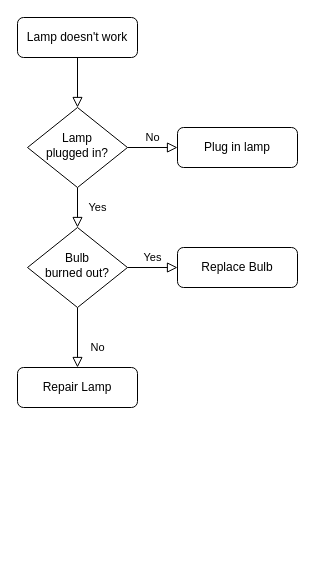
Earlier version of the draw.io diagram Untitled Diagram.drawio (Isas2g/StudyProject). Source tidied: cells renumbered, new cells numbered last; positions are measured from the earlier drawing's top-left corner, leaving out a move shared by most shapes. Both pictures are drawn from the tidied source at 100%, with x=0, y=0 at pixel (17, 17).
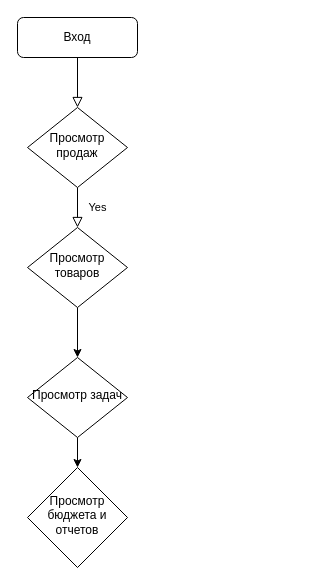
The same diagram, later.

What changed in the source:
```diff
@@
 <mxGraphModel>
   <root>
     <mxCell id="0" />
     <mxCell id="1" parent="0" />
     <mxCell id="2" style="rounded=0;html=1;jettySize=auto;fontSize=11;endArrow=block;endFill=0;endSize=8;strokeWidth=1;shadow=0;labelBackgroundColor=none;edgeStyle=orthogonalEdgeStyle;" parent="1" edge="1" source="3" target="6">
       <mxGeometry relative="1" as="geometry" />
     </mxCell>
-    <mxCell id="3" value="Lamp doesn't work" style="rounded=1;whiteSpace=wrap;html=1;fontSize=12;glass=0;strokeWidth=1;shadow=0;" parent="1" vertex="1">
+    <mxCell id="3" value="Вход" style="rounded=1;whiteSpace=wrap;html=1;fontSize=12;glass=0;strokeWidth=1;shadow=0;" parent="1" vertex="1">
       <mxGeometry width="120" height="40" as="geometry" />
     </mxCell>
     <mxCell id="4" value="Yes" style="rounded=0;html=1;jettySize=auto;fontSize=11;endArrow=block;endFill=0;endSize=8;strokeWidth=1;shadow=0;labelBackgroundColor=none;edgeStyle=orthogonalEdgeStyle;" parent="1" edge="1" source="6" target="10">
       <mxGeometry y="20" relative="1" as="geometry" />
     </mxCell>
-    <mxCell id="5" value="No" style="edgeStyle=orthogonalEdgeStyle;rounded=0;html=1;jettySize=auto;fontSize=11;endArrow=block;endFill=0;endSize=8;strokeWidth=1;shadow=0;labelBackgroundColor=none;" parent="1" edge="1" source="6" target="7">
-      <mxGeometry y="10" relative="1" as="geometry" />
-    </mxCell>
-    <mxCell id="6" value="Lamp&lt;br&gt;plugged in?" style="rhombus;whiteSpace=wrap;html=1;shadow=0;fontFamily=Helvetica;fontSize=12;align=center;strokeWidth=1;spacing=6;spacingTop=-4;" parent="1" vertex="1">
+    <mxCell id="6" value="Просмотр продаж" style="rhombus;whiteSpace=wrap;html=1;shadow=0;fontFamily=Helvetica;fontSize=12;align=center;strokeWidth=1;spacing=6;spacingTop=-4;" parent="1" vertex="1">
       <mxGeometry x="10" y="90" width="100" height="80" as="geometry" />
     </mxCell>
-    <mxCell id="7" value="Plug in lamp" style="rounded=1;whiteSpace=wrap;html=1;fontSize=12;glass=0;strokeWidth=1;shadow=0;" parent="1" vertex="1">
-      <mxGeometry x="160" y="110" width="120" height="40" as="geometry" />
-    </mxCell>
-    <mxCell id="8" value="No" style="rounded=0;html=1;jettySize=auto;fontSize=11;endArrow=block;endFill=0;endSize=8;strokeWidth=1;shadow=0;labelBackgroundColor=none;edgeStyle=orthogonalEdgeStyle;" parent="1" edge="1" source="10" target="11">
-      <mxGeometry x="0.33" y="20" relative="1" as="geometry" />
-    </mxCell>
-    <mxCell id="9" value="Yes" style="edgeStyle=orthogonalEdgeStyle;rounded=0;html=1;jettySize=auto;fontSize=11;endArrow=block;endFill=0;endSize=8;strokeWidth=1;shadow=0;labelBackgroundColor=none;" parent="1" edge="1" source="10" target="12">
-      <mxGeometry y="10" relative="1" as="geometry" />
-    </mxCell>
+    <mxCell id="13" style="edgeStyle=orthogonalEdgeStyle;rounded=0;jettySize=auto;html=1;exitX=0.5;exitY=1;exitDx=0;exitDy=0;entryX=0.5;entryY=0;entryDx=0;entryDy=0;" parent="1" edge="1" source="10" target="15">
+      <mxGeometry relative="1" as="geometry" />
+    </mxCell>
-    <mxCell id="10" value="Bulb&lt;br&gt;burned out?" style="rhombus;whiteSpace=wrap;html=1;shadow=0;fontFamily=Helvetica;fontSize=12;align=center;strokeWidth=1;spacing=6;spacingTop=-4;" parent="1" vertex="1">
+    <mxCell id="10" value="Просмотр товаров" style="rhombus;whiteSpace=wrap;html=1;shadow=0;fontFamily=Helvetica;fontSize=12;align=center;strokeWidth=1;spacing=6;spacingTop=-4;" parent="1" vertex="1">
       <mxGeometry x="10" y="210" width="100" height="80" as="geometry" />
     </mxCell>
-    <mxCell id="11" value="Repair Lamp" style="rounded=1;whiteSpace=wrap;html=1;fontSize=12;glass=0;strokeWidth=1;shadow=0;" parent="1" vertex="1">
-      <mxGeometry y="350" width="120" height="40" as="geometry" />
-    </mxCell>
-    <mxCell id="12" value="Replace Bulb" style="rounded=1;whiteSpace=wrap;html=1;fontSize=12;glass=0;strokeWidth=1;shadow=0;" parent="1" vertex="1">
-      <mxGeometry x="160" y="230" width="120" height="40" as="geometry" />
-    </mxCell>
+    <mxCell id="14" style="edgeStyle=orthogonalEdgeStyle;rounded=0;jettySize=auto;html=1;exitX=0.5;exitY=1;exitDx=0;exitDy=0;entryX=0.5;entryY=0;entryDx=0;entryDy=0;" parent="1" edge="1" source="15" target="16">
+      <mxGeometry relative="1" as="geometry" />
+    </mxCell>
+    <mxCell id="15" value="Просмотр задач" style="rhombus;whiteSpace=wrap;html=1;shadow=0;fontFamily=Helvetica;fontSize=12;align=center;strokeWidth=1;spacing=6;spacingTop=-4;" parent="1" vertex="1">
+      <mxGeometry x="10" y="340" width="100" height="80" as="geometry" />
+    </mxCell>
+    <mxCell id="16" value="Просмотр бюджета и отчетов" style="rhombus;whiteSpace=wrap;html=1;shadow=0;fontFamily=Helvetica;fontSize=12;align=center;strokeWidth=1;spacing=6;spacingTop=-4;" parent="1" vertex="1">
+      <mxGeometry x="10" y="450" width="100" height="100" as="geometry" />
+    </mxCell>
   </root>
 </mxGraphModel>
```
